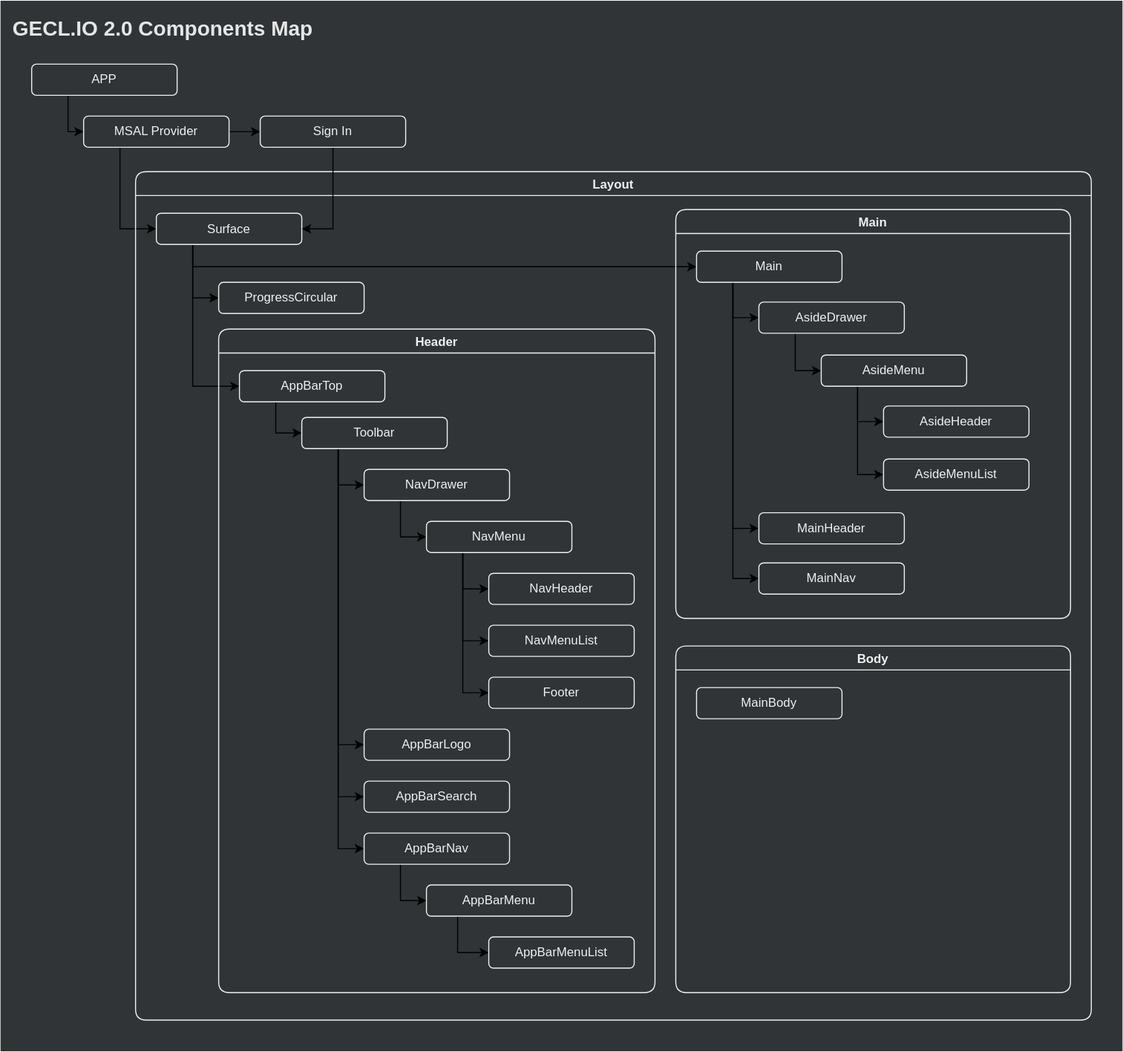
The draw.io diagram assets/.draw.io/documents/geclio2-components-diagram.svg in jiholee-ntwglobal/jiholee-ntwglobal.github.io, before a commit. Source tidied: cells renumbered, new cells last; positions are measured from the earlier drawing's top-left corner, leaving out a move shared by most shapes.
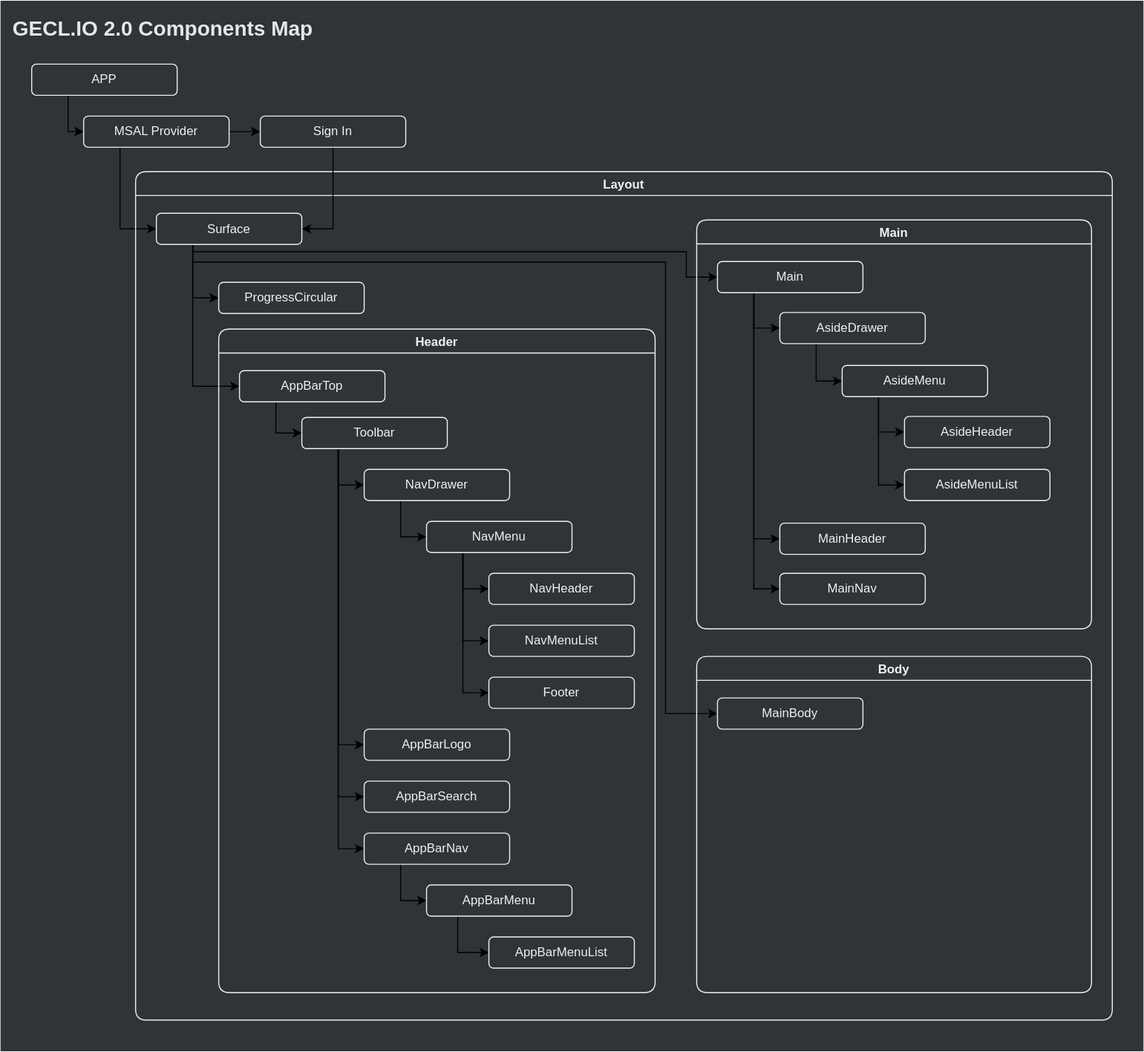
Later version of the same file.

Diff of the diagram source:
```diff
@@ -3,7 +3,7 @@
     <mxCell id="0" />
     <mxCell id="1" value="Background" parent="0" />
     <mxCell id="2" style="rounded=0;whiteSpace=wrap;html=1;strokeColor=none;fontColor=#F0F0F0;labelBackgroundColor=none;fillColor=#303437;" parent="1" vertex="1">
-      <mxGeometry width="1080" height="1011" as="geometry" />
+      <mxGeometry width="1100" height="1011" as="geometry" />
     </mxCell>
     <mxCell id="3" value="Foreground" parent="0" />
     <mxCell id="4" value="&lt;b&gt;GECL.IO 2.0 Components&amp;nbsp;&lt;/b&gt;&lt;b&gt;Map&amp;nbsp;&lt;/b&gt;" style="text;html=1;strokeColor=none;fillColor=none;align=left;verticalAlign=middle;whiteSpace=wrap;rounded=0;fontSize=20;fontColor=#E6E6E6;" parent="3" vertex="1">
@@ -33,7 +33,7 @@
       <mxGeometry x="80" y="111" width="140" height="30" as="geometry" />
     </mxCell>
     <mxCell id="10" value="Layout" style="swimlane;rounded=1;fillColor=none;fontColor=#F0F0F0;strokeColor=#F2F2F2;" parent="3" vertex="1">
-      <mxGeometry x="130" y="164.5" width="920" height="816.5" as="geometry" />
+      <mxGeometry x="130" y="164.5" width="940" height="816.5" as="geometry" />
     </mxCell>
     <mxCell id="11" style="edgeStyle=orthogonalEdgeStyle;rounded=0;jettySize=auto;html=1;entryX=1;entryY=0.5;entryDx=0;entryDy=0;strokeColor=#CCE5FF;" parent="10" edge="1" source="x">
       <mxGeometry relative="1" as="geometry">
@@ -87,10 +87,21 @@
     <mxCell id="18" style="edgeStyle=orthogonalEdgeStyle;rounded=0;jettySize=auto;html=1;exitX=0.25;exitY=1;exitDx=0;exitDy=0;entryX=0;entryY=0.5;entryDx=0;entryDy=0;" parent="10" edge="1" source="19" target="55">
       <mxGeometry relative="1" as="geometry">
         <Array as="points">
-          <mxPoint x="55" y="92" />
+          <mxPoint x="55" y="77" />
+          <mxPoint x="530" y="77" />
+          <mxPoint x="530" y="102" />
         </Array>
       </mxGeometry>
     </mxCell>
+    <mxCell id="75" style="edgeStyle=orthogonalEdgeStyle;rounded=0;jettySize=auto;html=1;exitX=0.25;exitY=1;exitDx=0;exitDy=0;entryX=0;entryY=0.5;entryDx=0;entryDy=0;" parent="10" edge="1" source="19" target="69">
+      <mxGeometry relative="1" as="geometry">
+        <Array as="points">
+          <mxPoint x="55" y="87" />
+          <mxPoint x="510" y="87" />
+          <mxPoint x="510" y="522" />
+        </Array>
+      </mxGeometry>
+    </mxCell>
     <mxCell id="19" value="Surface" style="rounded=1;whiteSpace=wrap;html=1;fontColor=#F0F0F0;strokeColor=#F0F0F0;fillColor=#303437;" parent="10" vertex="1">
       <mxGeometry x="20" y="40" width="140" height="30" as="geometry" />
     </mxCell>
@@ -205,7 +216,7 @@
       <mxGeometry x="260" y="585" width="140" height="30" as="geometry" />
     </mxCell>
     <mxCell id="48" value="Main" style="swimlane;rounded=1;fillColor=none;fontColor=#F0F0F0;strokeColor=#F2F2F2;" parent="10" vertex="1">
-      <mxGeometry x="520" y="36.5" width="380" height="393.5" as="geometry" />
+      <mxGeometry x="540" y="46.5" width="380" height="393.5" as="geometry" />
     </mxCell>
     <mxCell id="49" style="edgeStyle=orthogonalEdgeStyle;rounded=0;orthogonalLoop=1;jettySize=auto;html=1;entryX=1;entryY=0.5;entryDx=0;entryDy=0;strokeColor=#CCE5FF;" parent="48" edge="1">
       <mxGeometry relative="1" as="geometry">
@@ -273,7 +284,7 @@
       <mxGeometry x="80" y="340" width="140" height="30" as="geometry" />
     </mxCell>
     <mxCell id="65" value="Body" style="swimlane;rounded=1;fillColor=none;fontColor=#F0F0F0;strokeColor=#F2F2F2;" parent="10" vertex="1">
-      <mxGeometry x="520" y="456.5" width="380" height="333.5" as="geometry" />
+      <mxGeometry x="540" y="466.5" width="380" height="323.5" as="geometry" />
     </mxCell>
     <mxCell id="66" style="edgeStyle=orthogonalEdgeStyle;rounded=0;orthogonalLoop=1;jettySize=auto;html=1;entryX=1;entryY=0.5;entryDx=0;entryDy=0;strokeColor=#CCE5FF;" parent="65" edge="1">
       <mxGeometry relative="1" as="geometry">
```
